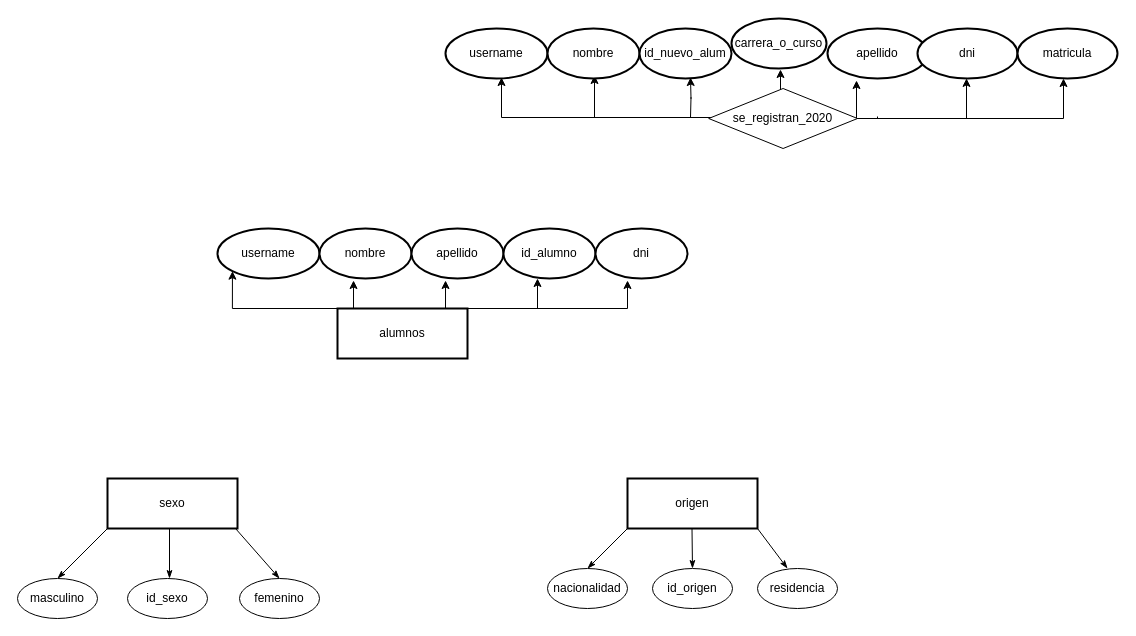
Earlier version of the draw.io diagram Diagrama sin título.drawio (arcv1337/arcv1337). Source tidied: cells renumbered, new cells numbered last; positions are measured from the earlier drawing's top-left corner, leaving out a move shared by most shapes. Both pictures are drawn from the tidied source at 100%, with x=0, y=0 at pixel (17, 18).
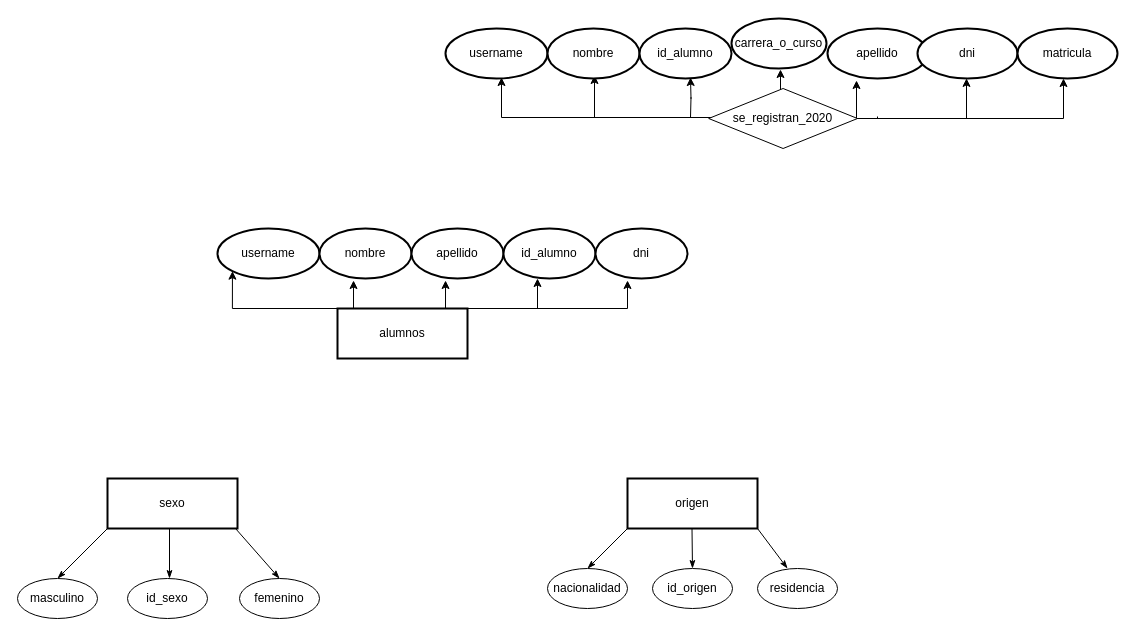
Above is the later version.

Change to the diagram source:
```diff
@@
-    <mxCell id="12" value="id_nuevo_alum" style="ellipse;whiteSpace=wrap;html=1;strokeWidth=2;" parent="1" vertex="1">
+    <mxCell id="12" value="id_alumno" style="ellipse;whiteSpace=wrap;html=1;strokeWidth=2;" parent="1" vertex="1">
       <mxGeometry x="622" y="10" width="92" height="50" as="geometry" />
     </mxCell>
```
